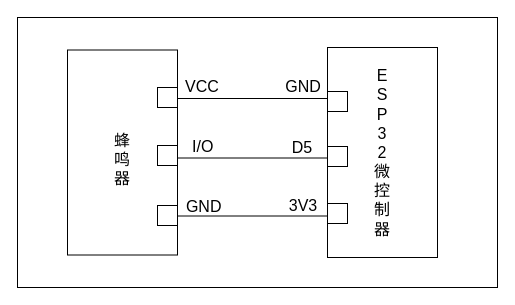
zhangruyi3906/img keeps this draw.io diagram as 蜂鸣器.drawio. Above is the earlier version. Source tidied: cells renumbered, new cells numbered last; positions are measured from the earlier drawing's top-left corner, leaving out a move shared by most shapes. Both pictures are drawn from the tidied source at 100%, with x=0, y=0 at pixel (17, 17).
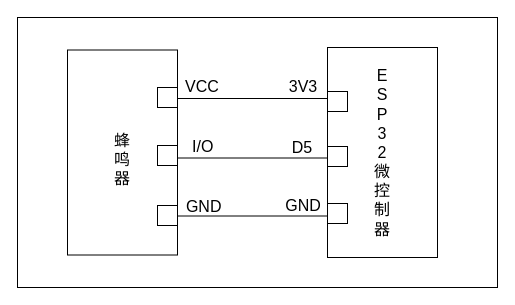
The same diagram, later.

Commit message:
更新蜂鸣器.drawio

The edit, as a diff of the source:
```diff
@@
-    <mxCell id="16" value="&lt;span style=&quot;font-size: 16px;&quot;&gt;3V3&lt;/span&gt;" style="text;html=1;align=center;verticalAlign=middle;whiteSpace=wrap;rounded=0;" parent="1" vertex="1">
+    <mxCell id="16" value="&lt;span style=&quot;font-size: 16px;&quot;&gt;GND&lt;/span&gt;" style="text;html=1;align=center;verticalAlign=middle;whiteSpace=wrap;rounded=0;" parent="1" vertex="1">
       <mxGeometry x="256" y="173" width="60" height="30" as="geometry" />
     </mxCell>
@@
-    <mxCell id="19" value="&lt;span style=&quot;font-size: 16px;&quot;&gt;GND&lt;/span&gt;" style="text;html=1;align=center;verticalAlign=middle;whiteSpace=wrap;rounded=0;" parent="1" vertex="1">
+    <mxCell id="19" value="&lt;span style=&quot;font-size: 16px;&quot;&gt;3V3&lt;/span&gt;" style="text;html=1;align=center;verticalAlign=middle;whiteSpace=wrap;rounded=0;" parent="1" vertex="1">
       <mxGeometry x="256" y="54" width="60" height="30" as="geometry" />
     </mxCell>
```
